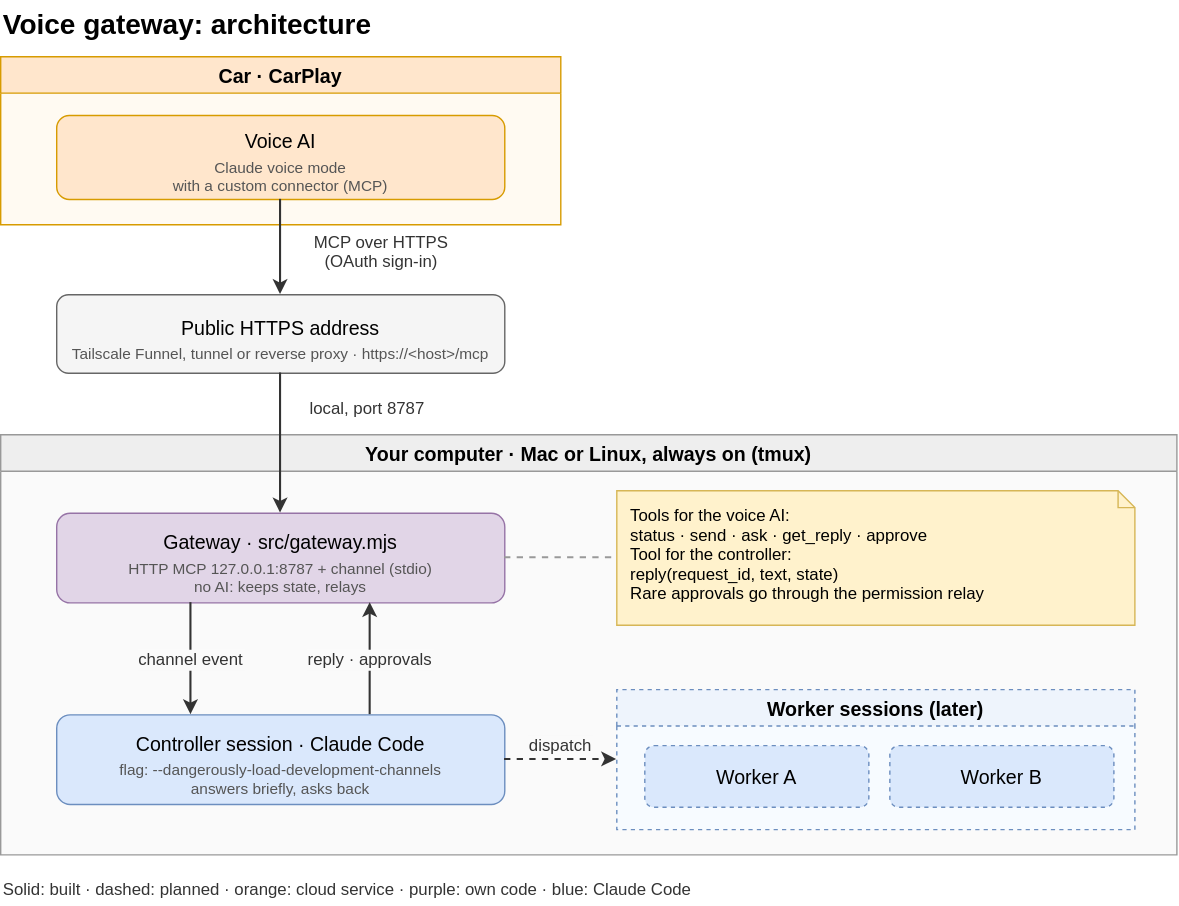
alderg/cc-voice-gateway keeps this draw.io diagram as docs/architecture.drawio.svg. Above is the earlier version. Source tidied: cells renumbered, new cells last; positions are measured from the earlier drawing's top-left corner, leaving out a move shared by most shapes.
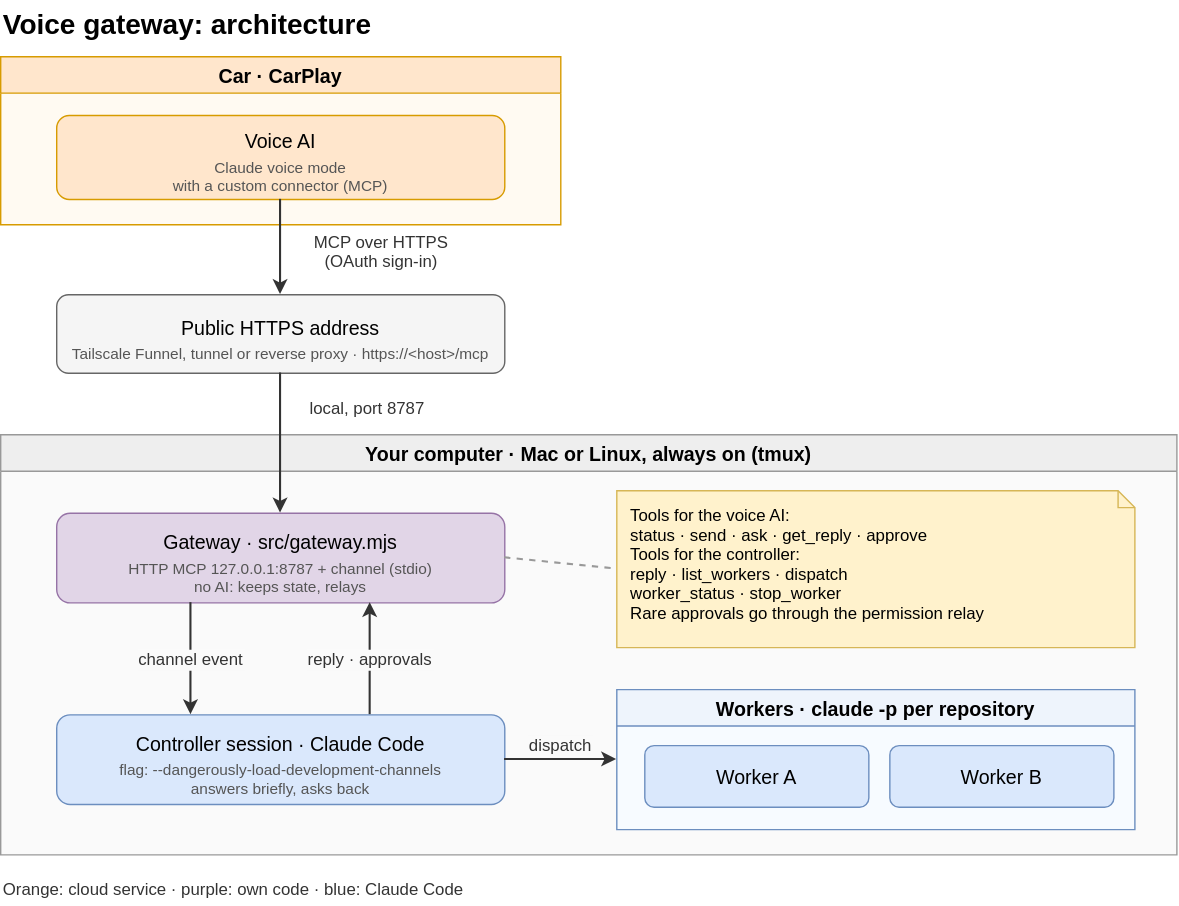
The same file after the commit.

What changed in the source:
```diff
@@ -35,19 +35,19 @@
     <mxCell id="12" value="flag: --dangerously-load-development-channels&#10;answers briefly, asks back" style="text;html=0;fontSize=11;fontColor=#555555;align=center;verticalAlign=top;spacing=0;strokeColor=none;fillColor=none;" parent="11" vertex="1">
       <mxGeometry y="28.7" width="320" height="26.4" as="geometry" />
     </mxCell>
-    <mxCell id="13" value="Tools for the voice AI:&#10;status · send · ask · get_reply · approve&#10;Tool for the controller:&#10;reply(request_id, text, state)&#10;Rare approvals go through the permission relay" style="shape=note;size=12;html=0;fontSize=12;align=left;verticalAlign=top;spacingLeft=8;spacingTop=4;fillColor=#fff2cc;strokeColor=#d6b656;" parent="8" vertex="1">
-      <mxGeometry x="440" y="40" width="370" height="96" as="geometry" />
+    <mxCell id="13" value="Tools for the voice AI:&#10;status · send · ask · get_reply · approve&#10;Tools for the controller:&#10;reply · list_workers · dispatch&#10;worker_status · stop_worker&#10;Rare approvals go through the permission relay" style="shape=note;size=12;html=0;fontSize=12;align=left;verticalAlign=top;spacingLeft=8;spacingTop=4;fillColor=#fff2cc;strokeColor=#d6b656;" parent="8" vertex="1">
+      <mxGeometry x="440" y="40" width="370" height="112" as="geometry" />
     </mxCell>
-    <mxCell id="14" value="Worker sessions (later)" style="swimlane;startSize=26;html=0;fontSize=14;fontStyle=1;fillColor=#eef4fc;strokeColor=#6c8ebf;swimlaneFillColor=#f7fbff;rounded=0;dashed=1;" parent="8" vertex="1">
+    <mxCell id="14" value="Workers · claude -p per repository" style="swimlane;startSize=26;html=0;fontSize=14;fontStyle=1;fillColor=#eef4fc;strokeColor=#6c8ebf;swimlaneFillColor=#f7fbff;rounded=0;" parent="8" vertex="1">
       <mxGeometry x="440" y="182" width="370" height="100" as="geometry" />
     </mxCell>
-    <mxCell id="15" value="Worker A" style="rounded=1;html=0;fontSize=14;fillColor=#dae8fc;strokeColor=#6c8ebf;dashed=1;fontStyle=0;" parent="14" vertex="1">
+    <mxCell id="15" value="Worker A" style="rounded=1;html=0;fontSize=14;fillColor=#dae8fc;strokeColor=#6c8ebf;fontStyle=0;" parent="14" vertex="1">
       <mxGeometry x="20" y="40" width="160" height="44" as="geometry" />
     </mxCell>
-    <mxCell id="16" value="Worker B" style="rounded=1;html=0;fontSize=14;fillColor=#dae8fc;strokeColor=#6c8ebf;dashed=1;fontStyle=0;" parent="14" vertex="1">
+    <mxCell id="16" value="Worker B" style="rounded=1;html=0;fontSize=14;fillColor=#dae8fc;strokeColor=#6c8ebf;fontStyle=0;" parent="14" vertex="1">
       <mxGeometry x="195" y="40" width="160" height="44" as="geometry" />
     </mxCell>
-    <mxCell id="17" value="Solid: built · dashed: planned · orange: cloud service · purple: own code · blue: Claude Code" style="text;html=0;fontSize=12;align=left;verticalAlign=middle;strokeColor=none;fillColor=none;fontStyle=0;fontColor=#333333;" parent="1" vertex="1">
+    <mxCell id="17" value="Orange: cloud service · purple: own code · blue: Claude Code" style="text;html=0;fontSize=12;align=left;verticalAlign=middle;strokeColor=none;fillColor=none;fontStyle=0;fontColor=#333333;" parent="1" vertex="1">
       <mxGeometry y="622" width="840" height="24" as="geometry" />
     </mxCell>
     <mxCell id="18" value="MCP over HTTPS&#10;(OAuth sign-in)" style="edgeStyle=none;rounded=0;html=0;endArrow=classic;endFill=1;startArrow=none;strokeColor=#333333;strokeWidth=1.5;fontSize=12;fontColor=#333333;labelBackgroundColor=#ffffff;exitX=0.5;exitY=1;exitDx=0;exitDy=0;entryX=0.5;entryY=0;entryDx=0;entryDy=0;" parent="1" edge="1" source="4" target="6">
@@ -66,7 +66,7 @@
     <mxCell id="21" value="reply · approvals" style="edgeStyle=none;rounded=0;html=0;endArrow=classic;endFill=1;startArrow=none;strokeColor=#333333;strokeWidth=1.5;fontSize=12;fontColor=#333333;labelBackgroundColor=#fafafa;exitX=0.7;exitY=0;exitDx=0;exitDy=0;entryX=0.7;entryY=1;entryDx=0;entryDy=0;" parent="1" edge="1" source="11" target="9">
       <mxGeometry relative="1" as="geometry" />
     </mxCell>
-    <mxCell id="22" value="dispatch" style="edgeStyle=none;rounded=0;html=0;endArrow=classic;endFill=1;startArrow=none;strokeColor=#333333;strokeWidth=1.5;fontSize=12;fontColor=#333333;labelBackgroundColor=#fafafa;dashed=1;exitX=1;exitY=0.5;exitDx=0;exitDy=0;entryX=0;entryY=0.5;entryDx=0;entryDy=0;" parent="1" edge="1" source="11" target="14">
+    <mxCell id="22" value="dispatch" style="edgeStyle=none;rounded=0;html=0;endArrow=classic;endFill=1;startArrow=none;strokeColor=#333333;strokeWidth=1.5;fontSize=12;fontColor=#333333;labelBackgroundColor=#fafafa;exitX=1;exitY=0.5;exitDx=0;exitDy=0;entryX=0;entryY=0.5;entryDx=0;entryDy=0;" parent="1" edge="1" source="11" target="14">
       <mxGeometry relative="1" as="geometry">
         <mxPoint y="-11" as="offset" />
       </mxGeometry>
```
